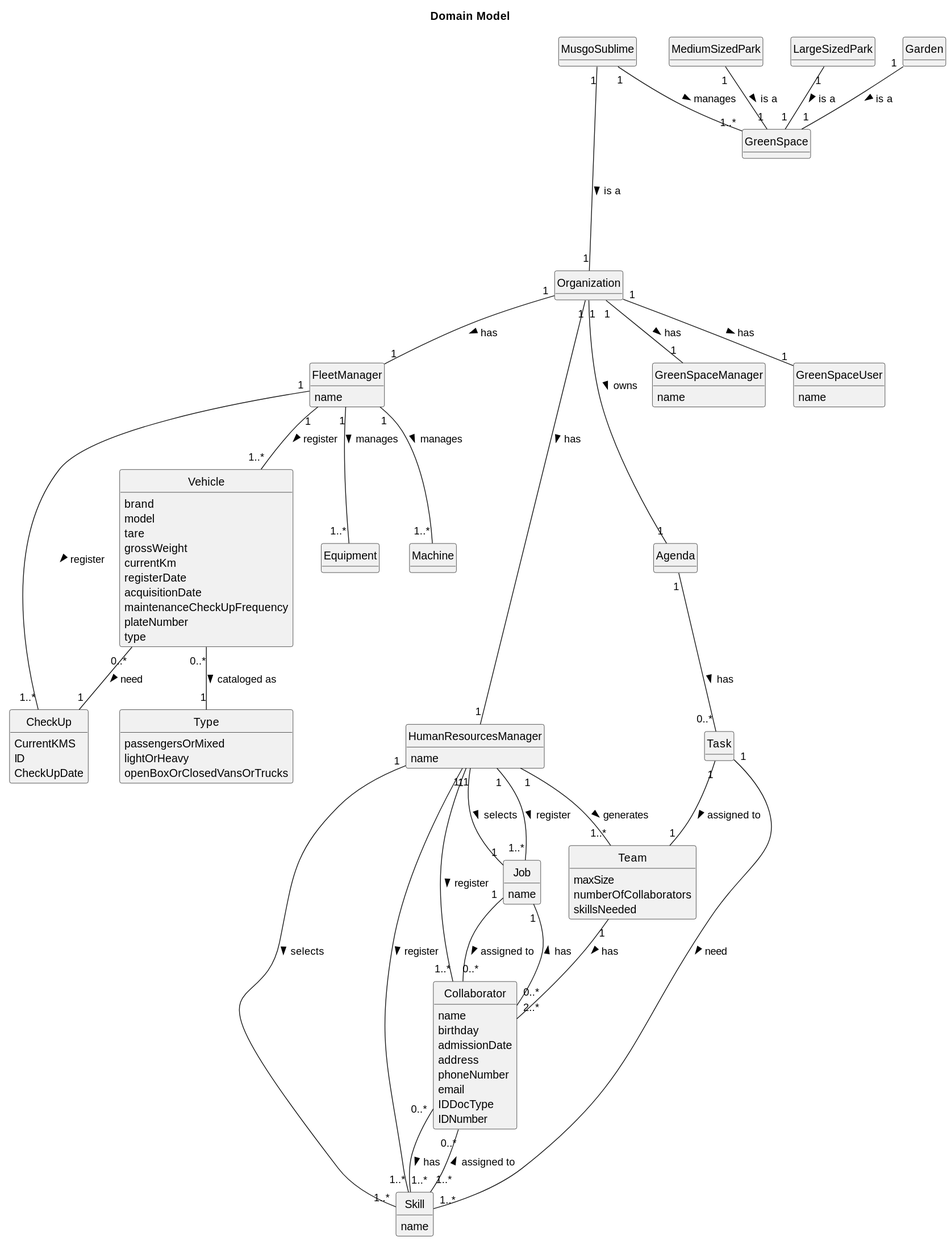
This is docs/sprintA&B/global-artifacts/02.analysis/svg/project-domain-model.svg from daniel41silva05/ISEP_2023_2024_LAPR2, a PlantUML export, as it was before one commit.
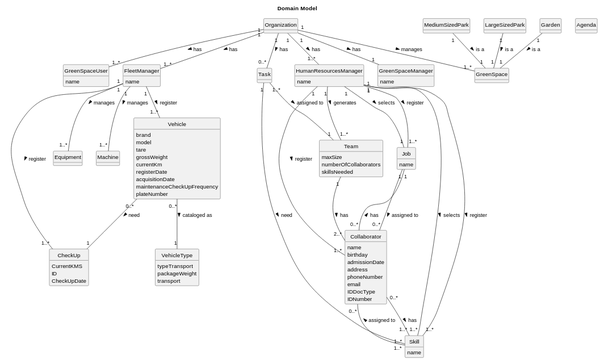
After the change.

Commit message:
ED-32: Domain Model fix

Diff of the diagram source:
```diff
@@ -9,8 +9,6 @@
 
 title Domain Model
 
-class MusgoSublime {
-}
 class MediumSizedPark {
 }
 class LargeSizedPark {
@@ -50,17 +48,16 @@
     acquisitionDate
     maintenanceCheckUpFrequency
     plateNumber
-    type
 }
 class CheckUp {
     CurrentKMS
     ID
     CheckUpDate
 }
-class Type {
-    passengersOrMixed
-    lightOrHeavy
-    openBoxOrClosedVansOrTrucks
+class VehicleType {
+    typeTransport
+    packageWeight
+    transport
 }
 
 class Job {
@@ -90,16 +87,14 @@
 class Task {
 }
 
-MusgoSublime "1" ---- "1" Organization : is a >
-MusgoSublime "1" -- "1..*" GreenSpace : manages >
+Organization "1" -- "1..*" GreenSpace : manages >
 MediumSizedPark "1" -- "1" GreenSpace : is a >
 Garden "1" -- "1" GreenSpace : is a >
 LargeSizedPark "1" -- "1" GreenSpace : is a >
-Organization "1" -- "1" FleetManager : has >
-Organization "1" -- "1" HumanResourcesManager : has >
+Organization "1" -- "1..*" FleetManager : has >
+Organization "1" -- "1..*" HumanResourcesManager : has >
 Organization "1" -- "1" GreenSpaceManager : has >
-Organization "1" -- "1" GreenSpaceUser : has >
-Organization "1" --- "1" Agenda : owns >
+Organization "1" -- "1..*" GreenSpaceUser : has >
 Collaborator "0..*" -- "1" Job : has >
 Collaborator "0..*" -- "1..*" Skill : has >
 HumanResourcesManager "1" -- "1" Job : selects  >
@@ -115,9 +110,9 @@
 FleetManager "1" -- "1..*" Machine : manages >
 FleetManager "1" - "1..*" CheckUp : register >
 Vehicle "0..*" -- "1" CheckUp : need >
-Vehicle "0..*" -- "1" Type : cataloged as >
+Vehicle "0..*" -- "1" VehicleType : cataloged as >
 Team "1" -- "2..*" Collaborator : has >
 Task "1" -- "1..*" Skill : need >
-Agenda "1" -- "0..*" Task : has >
-Task "1" -- "1" Team : assigned to >
+Organization "1" -- "0..*" Task : has >
+Task "1..*" -- "1" Team : assigned to >
 @enduml
```
